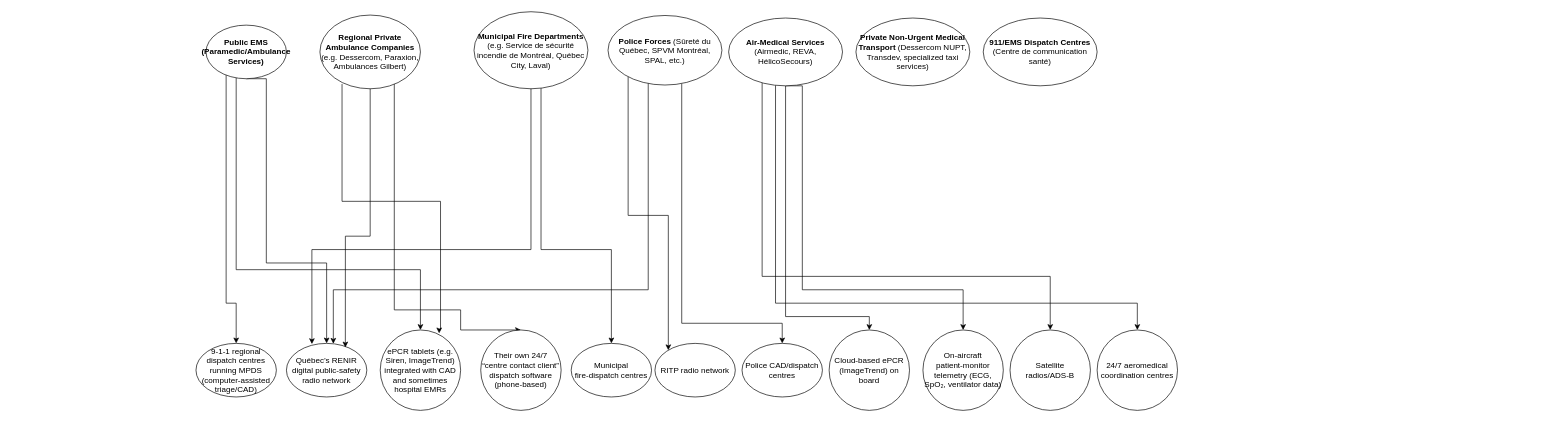
arian47/arianyavari.com keeps this draw.io diagram as Untitled Diagram.drawio. Above is the earlier version. Source tidied: cells renumbered, new cells numbered last; positions are measured from the earlier drawing's top-left corner, leaving out a move shared by most shapes. Both pictures are drawn from the tidied source at 67%, with x=0, y=0 at pixel (196, 11).
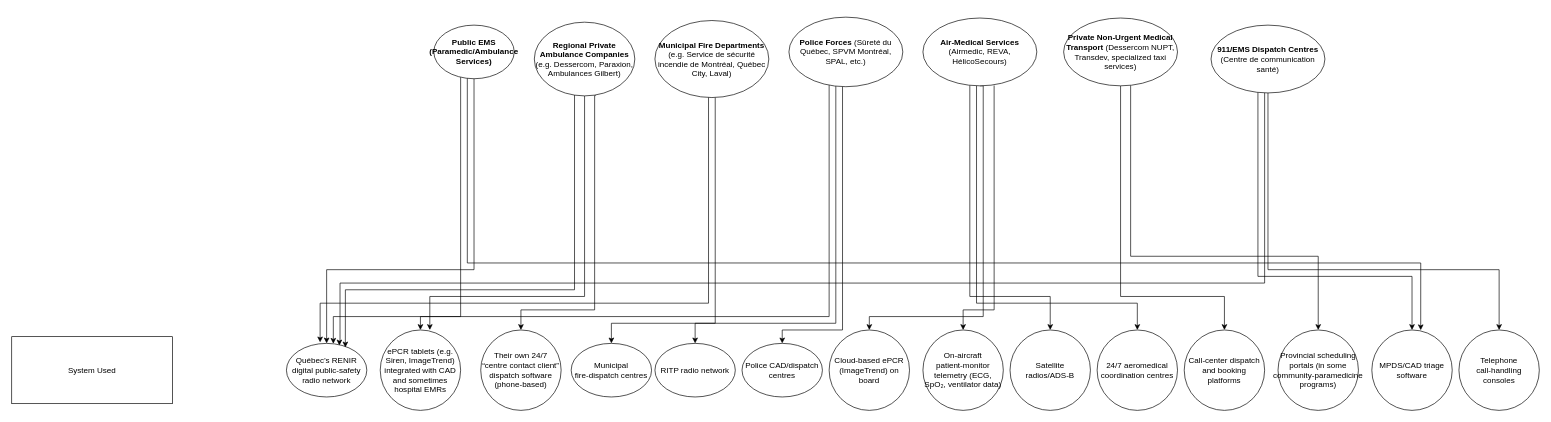
The same page after the edit.

The change refers to these unchanged cells:
```xml
<mxCell id="22" value="Québec’s RENIR digital public‑safety radio network" style="ellipse;whiteSpace=wrap;html=1;" parent="1" vertex="1">
  <mxGeometry x="135" y="495" width="120" height="80" as="geometry" />
</mxCell>
<mxCell id="23" value="ePCR tablets (e.g. Siren, ImageTrend) integrated with CAD and sometimes hospital EMRs" style="ellipse;whiteSpace=wrap;html=1;" parent="1" vertex="1">
  <mxGeometry x="275" y="475" width="120" height="120" as="geometry" />
</mxCell>
<mxCell id="24" value="Their own 24/7 “centre contact client” dispatch software (phone‑based)" style="ellipse;whiteSpace=wrap;html=1;" parent="1" vertex="1">
  <mxGeometry x="425" y="475" width="120" height="120" as="geometry" />
</mxCell>
<mxCell id="27" value="Municipal fire‑dispatch centres" style="ellipse;whiteSpace=wrap;html=1;" parent="1" vertex="1">
  <mxGeometry x="560" y="495" width="120" height="80" as="geometry" />
</mxCell>
<mxCell id="29" value="RITP radio network" style="ellipse;whiteSpace=wrap;html=1;" parent="1" vertex="1">
  <mxGeometry x="685" y="495" width="120" height="80" as="geometry" />
</mxCell>
<mxCell id="30" value="Police CAD/dispatch centres" style="ellipse;whiteSpace=wrap;html=1;" parent="1" vertex="1">
  <mxGeometry x="815" y="495" width="120" height="80" as="geometry" />
</mxCell>
<mxCell id="31" value="Cloud‑based ePCR (ImageTrend) on board" style="ellipse;whiteSpace=wrap;html=1;" parent="1" vertex="1">
  <mxGeometry x="945" y="475" width="120" height="120" as="geometry" />
</mxCell>
<mxCell id="32" value="On‑aircraft patient‑monitor telemetry (ECG, SpO₂, ventilator data)" style="ellipse;whiteSpace=wrap;html=1;" parent="1" vertex="1">
  <mxGeometry x="1085" y="475" width="120" height="120" as="geometry" />
</mxCell>
<mxCell id="33" value="Satellite radios/ADS‑B" style="ellipse;whiteSpace=wrap;html=1;" parent="1" vertex="1">
  <mxGeometry x="1215" y="475" width="120" height="120" as="geometry" />
</mxCell>
<mxCell id="34" value="24/7 aeromedical coordination centres" style="ellipse;whiteSpace=wrap;html=1;" parent="1" vertex="1">
  <mxGeometry x="1345" y="475" width="120" height="120" as="geometry" />
</mxCell>
```

The edit, as a diff of the source:
```diff
@@
-    <mxCell id="2" style="edgeStyle=orthogonalEdgeStyle;rounded=0;jettySize=auto;html=1;entryX=0.5;entryY=0;entryDx=0;entryDy=0;" parent="1" edge="1" source="5" target="21">
-      <mxGeometry relative="1" as="geometry">
-        <Array as="points">
-          <mxPoint x="45" y="435" />
-          <mxPoint x="60" y="435" />
-        </Array>
-      </mxGeometry>
-    </mxCell>
     <mxCell id="3" style="edgeStyle=orthogonalEdgeStyle;rounded=0;jettySize=auto;html=1;exitX=0.5;exitY=1;exitDx=0;exitDy=0;entryX=0.5;entryY=0;entryDx=0;entryDy=0;" parent="1" edge="1" source="5" target="22">
       <mxGeometry relative="1" as="geometry">
         <Array as="points">
-          <mxPoint x="105" y="100" />
-          <mxPoint x="105" y="375" />
-          <mxPoint x="195" y="375" />
+          <mxPoint x="415" y="385" />
+          <mxPoint x="195" y="385" />
         </Array>
       </mxGeometry>
     </mxCell>
     <mxCell id="4" style="edgeStyle=orthogonalEdgeStyle;rounded=0;jettySize=auto;html=1;" parent="1" edge="1" source="5" target="23">
       <mxGeometry relative="1" as="geometry">
         <Array as="points">
-          <mxPoint x="60" y="385" />
-          <mxPoint x="335" y="385" />
+          <mxPoint x="395" y="455" />
+          <mxPoint x="335" y="455" />
         </Array>
       </mxGeometry>
     </mxCell>
     <mxCell id="5" value="&lt;strong&gt;Public EMS (Paramedic/Ambulance Services)&lt;/strong&gt;" style="ellipse;whiteSpace=wrap;html=1;" parent="1" vertex="1">
-      <mxGeometry x="15" y="20" width="120" height="80" as="geometry" />
+      <mxGeometry x="355" y="20" width="120" height="80" as="geometry" />
     </mxCell>
-    <mxCell id="6" style="edgeStyle=orthogonalEdgeStyle;rounded=0;jettySize=auto;html=1;entryX=0.5;entryY=0;entryDx=0;entryDy=0;exitX=0.713;exitY=0.918;exitDx=0;exitDy=0;exitPerimeter=0;" parent="1" edge="1" source="8" target="24">
+    <mxCell id="6" style="edgeStyle=orthogonalEdgeStyle;rounded=0;jettySize=auto;html=1;entryX=0.5;entryY=0;entryDx=0;entryDy=0;exitX=0.61;exitY=0.996;exitDx=0;exitDy=0;exitPerimeter=0;" parent="1" edge="1" source="8" target="24">
       <mxGeometry relative="1" as="geometry">
         <Array as="points">
-          <mxPoint x="296" y="106" />
-          <mxPoint x="296" y="445" />
-          <mxPoint x="395" y="445" />
-          <mxPoint x="395" y="475" />
+          <mxPoint x="595" y="125" />
+          <mxPoint x="595" y="445" />
+          <mxPoint x="485" y="445" />
         </Array>
       </mxGeometry>
     </mxCell>
-    <mxCell id="7" style="edgeStyle=orthogonalEdgeStyle;rounded=0;jettySize=auto;html=1;entryX=0.733;entryY=0.042;entryDx=0;entryDy=0;exitX=0.22;exitY=0.936;exitDx=0;exitDy=0;exitPerimeter=0;entryPerimeter=0;" parent="1" edge="1" source="8" target="23">
+    <mxCell id="7" style="edgeStyle=orthogonalEdgeStyle;rounded=0;jettySize=auto;html=1;entryX=0.617;entryY=0;entryDx=0;entryDy=0;exitX=0.5;exitY=1;exitDx=0;exitDy=0;entryPerimeter=0;" parent="1" edge="1" source="8" target="23">
       <mxGeometry relative="1" as="geometry">
         <Array as="points">
-          <mxPoint x="218" y="283" />
-          <mxPoint x="365" y="283" />
-          <mxPoint x="365" y="475" />
-          <mxPoint x="363" y="475" />
+          <mxPoint x="580" y="425" />
+          <mxPoint x="349" y="425" />
         </Array>
       </mxGeometry>
     </mxCell>
     <mxCell id="8" value="&lt;strong&gt;Regional Private Ambulance Companies&lt;/strong&gt; (e.g. Dessercom, Paraxion, Ambulances Gilbert)" style="ellipse;whiteSpace=wrap;html=1;" parent="1" vertex="1">
-      <mxGeometry x="185" y="5" width="150" height="110" as="geometry" />
+      <mxGeometry x="505" y="15.6" width="150" height="110" as="geometry" />
     </mxCell>
     <mxCell id="9" style="edgeStyle=orthogonalEdgeStyle;rounded=0;jettySize=auto;html=1;entryX=0.5;entryY=0;entryDx=0;entryDy=0;" parent="1" edge="1" source="10" target="27">
       <mxGeometry relative="1" as="geometry">
         <Array as="points">
-          <mxPoint x="515" y="355" />
-          <mxPoint x="620" y="355" />
+          <mxPoint x="775" y="465" />
+          <mxPoint x="620" y="465" />
         </Array>
       </mxGeometry>
     </mxCell>
     <mxCell id="10" value="&lt;strong&gt;Municipal Fire Departments&lt;/strong&gt; (e.g. Service de sécurité incendie de Montréal, Québec City, Laval)" style="ellipse;whiteSpace=wrap;html=1;" parent="1" vertex="1">
-      <mxGeometry x="415" width="170" height="115" as="geometry" />
+      <mxGeometry x="685" y="13.1" width="170" height="115" as="geometry" />
     </mxCell>
     <mxCell id="11" style="edgeStyle=orthogonalEdgeStyle;rounded=0;jettySize=auto;html=1;" parent="1" edge="1" source="13" target="29">
       <mxGeometry relative="1" as="geometry">
         <Array as="points">
-          <mxPoint x="645" y="304" />
-          <mxPoint x="705" y="304" />
+          <mxPoint x="955" y="465" />
+          <mxPoint x="745" y="465" />
         </Array>
       </mxGeometry>
     </mxCell>
     <mxCell id="12" style="edgeStyle=orthogonalEdgeStyle;rounded=0;jettySize=auto;html=1;entryX=0.5;entryY=0;entryDx=0;entryDy=0;" parent="1" edge="1" source="13" target="30">
       <mxGeometry relative="1" as="geometry">
         <Array as="points">
-          <mxPoint x="725" y="465" />
-          <mxPoint x="875" y="465" />
+          <mxPoint x="965" y="475" />
+          <mxPoint x="875" y="475" />
         </Array>
       </mxGeometry>
     </mxCell>
     <mxCell id="13" value="&lt;strong&gt;Police Forces&lt;/strong&gt; (Sûreté du Québec, SPVM Montréal, SPAL, etc.)" style="ellipse;whiteSpace=wrap;html=1;" parent="1" vertex="1">
-      <mxGeometry x="615" y="5.6" width="170" height="103.8" as="geometry" />
+      <mxGeometry x="885" y="8.1" width="170" height="103.8" as="geometry" />
     </mxCell>
     <mxCell id="14" style="edgeStyle=orthogonalEdgeStyle;rounded=0;jettySize=auto;html=1;exitX=0.5;exitY=1;exitDx=0;exitDy=0;entryX=0.5;entryY=0;entryDx=0;entryDy=0;" parent="1" edge="1" source="18" target="31">
       <mxGeometry relative="1" as="geometry">
         <Array as="points">
-          <mxPoint x="880" y="455" />
+          <mxPoint x="1175" y="111" />
+          <mxPoint x="1175" y="455" />
           <mxPoint x="1005" y="455" />
         </Array>
       </mxGeometry>
     </mxCell>
-    <mxCell id="15" style="edgeStyle=orthogonalEdgeStyle;rounded=0;jettySize=auto;html=1;exitX=0.5;exitY=1;exitDx=0;exitDy=0;entryX=0.5;entryY=0;entryDx=0;entryDy=0;" parent="1" edge="1" source="18" target="32">
+    <mxCell id="15" style="edgeStyle=orthogonalEdgeStyle;rounded=0;jettySize=auto;html=1;exitX=0.625;exitY=0.995;exitDx=0;exitDy=0;entryX=0.5;entryY=0;entryDx=0;entryDy=0;exitPerimeter=0;" parent="1" edge="1" source="18" target="32">
       <mxGeometry relative="1" as="geometry">
         <Array as="points">
-          <mxPoint x="905" y="111" />
-          <mxPoint x="905" y="415" />
-          <mxPoint x="1145" y="415" />
+          <mxPoint x="1191" y="445" />
+          <mxPoint x="1145" y="445" />
         </Array>
       </mxGeometry>
     </mxCell>
     <mxCell id="16" style="edgeStyle=orthogonalEdgeStyle;rounded=0;jettySize=auto;html=1;entryX=0.5;entryY=0;entryDx=0;entryDy=0;" parent="1" edge="1" source="18" target="33">
       <mxGeometry relative="1" as="geometry">
         <Array as="points">
-          <mxPoint x="845" y="395" />
-          <mxPoint x="1275" y="395" />
+          <mxPoint x="1155" y="425" />
+          <mxPoint x="1275" y="425" />
         </Array>
       </mxGeometry>
     </mxCell>
     <mxCell id="17" style="edgeStyle=orthogonalEdgeStyle;rounded=0;jettySize=auto;html=1;entryX=0.5;entryY=0;entryDx=0;entryDy=0;" parent="1" edge="1" source="18" target="34">
       <mxGeometry relative="1" as="geometry">
         <Array as="points">
-          <mxPoint x="865" y="435" />
+          <mxPoint x="1165" y="435" />
           <mxPoint x="1405" y="435" />
         </Array>
       </mxGeometry>
     </mxCell>
     <mxCell id="18" value="&lt;strong&gt;Air‑Medical Services&lt;/strong&gt; (Airmedic, REVA, HélicoSecours)" style="ellipse;whiteSpace=wrap;html=1;" parent="1" vertex="1">
-      <mxGeometry x="795" y="9.4" width="170" height="101.2" as="geometry" />
+      <mxGeometry x="1085" y="9.4" width="170" height="101.2" as="geometry" />
     </mxCell>
+    <mxCell id="35" style="edgeStyle=orthogonalEdgeStyle;rounded=0;jettySize=auto;html=1;exitX=0.5;exitY=1;exitDx=0;exitDy=0;entryX=0.5;entryY=0;entryDx=0;entryDy=0;" parent="1" edge="1" source="19" target="40">
+      <mxGeometry relative="1" as="geometry">
+        <Array as="points">
+          <mxPoint x="1380" y="425" />
+          <mxPoint x="1535" y="425" />
+        </Array>
+      </mxGeometry>
+    </mxCell>
+    <mxCell id="36" style="edgeStyle=orthogonalEdgeStyle;rounded=0;jettySize=auto;html=1;entryX=0.5;entryY=0;entryDx=0;entryDy=0;" parent="1" edge="1" source="19" target="41">
+      <mxGeometry relative="1" as="geometry">
+        <Array as="points">
+          <mxPoint x="1395" y="365" />
+          <mxPoint x="1675" y="365" />
+        </Array>
+      </mxGeometry>
+    </mxCell>
     <mxCell id="19" value="&lt;strong&gt;Private Non‑Urgent Medical Transport&lt;/strong&gt; (Dessercom NUPT, Transdev, specialized taxi services)" style="ellipse;whiteSpace=wrap;html=1;" parent="1" vertex="1">
-      <mxGeometry x="985" y="9.4" width="170" height="101.2" as="geometry" />
+      <mxGeometry x="1295" y="9.4" width="170" height="101.2" as="geometry" />
     </mxCell>
+    <mxCell id="37" style="edgeStyle=orthogonalEdgeStyle;rounded=0;jettySize=auto;html=1;entryX=0.5;entryY=0;entryDx=0;entryDy=0;" parent="1" edge="1" source="20" target="42">
+      <mxGeometry relative="1" as="geometry">
+        <Array as="points">
+          <mxPoint x="1585" y="395" />
+          <mxPoint x="1815" y="395" />
+        </Array>
+      </mxGeometry>
+    </mxCell>
+    <mxCell id="38" style="edgeStyle=orthogonalEdgeStyle;rounded=0;jettySize=auto;html=1;entryX=0.658;entryY=0.038;entryDx=0;entryDy=0;entryPerimeter=0;" parent="1" edge="1" source="20" target="22">
+      <mxGeometry relative="1" as="geometry">
+        <Array as="points">
+          <mxPoint x="1595" y="405" />
+          <mxPoint x="215" y="405" />
+          <mxPoint x="215" y="495" />
+          <mxPoint x="214" y="495" />
+        </Array>
+      </mxGeometry>
+    </mxCell>
+    <mxCell id="39" style="edgeStyle=orthogonalEdgeStyle;rounded=0;jettySize=auto;html=1;entryX=0.5;entryY=0;entryDx=0;entryDy=0;" parent="1" edge="1" source="20" target="43">
+      <mxGeometry relative="1" as="geometry">
+        <Array as="points">
+          <mxPoint x="1600" y="385" />
+          <mxPoint x="1945" y="385" />
+        </Array>
+      </mxGeometry>
+    </mxCell>
     <mxCell id="20" value="&lt;strong&gt;911/EMS Dispatch Centres&lt;/strong&gt; (Centre de communication santé)" style="ellipse;whiteSpace=wrap;html=1;" parent="1" vertex="1">
-      <mxGeometry x="1175" y="9.4" width="170" height="101.2" as="geometry" />
+      <mxGeometry x="1515" y="20" width="170" height="101.2" as="geometry" />
     </mxCell>
-    <mxCell id="21" value="9‑1‑1 regional dispatch centres running MPDS (computer‑assisted triage/CAD)" style="ellipse;whiteSpace=wrap;html=1;" parent="1" vertex="1">
-      <mxGeometry y="495" width="120" height="80" as="geometry" />
-    </mxCell>
@@
     <mxCell id="25" style="edgeStyle=orthogonalEdgeStyle;rounded=0;jettySize=auto;html=1;entryX=0.733;entryY=0.075;entryDx=0;entryDy=0;entryPerimeter=0;" parent="1" edge="1" source="8" target="22">
       <mxGeometry relative="1" as="geometry">
         <Array as="points">
-          <mxPoint x="260" y="335" />
-          <mxPoint x="223" y="335" />
+          <mxPoint x="565" y="415" />
+          <mxPoint x="223" y="415" />
         </Array>
       </mxGeometry>
     </mxCell>
-    <mxCell id="26" style="edgeStyle=orthogonalEdgeStyle;rounded=0;jettySize=auto;html=1;entryX=0.317;entryY=0.013;entryDx=0;entryDy=0;entryPerimeter=0;" parent="1" edge="1" source="10" target="22">
+    <mxCell id="26" style="edgeStyle=orthogonalEdgeStyle;rounded=0;jettySize=auto;html=1;entryX=0.419;entryY=-0.019;entryDx=0;entryDy=0;entryPerimeter=0;" parent="1" edge="1" source="10" target="22">
       <mxGeometry relative="1" as="geometry">
         <Array as="points">
-          <mxPoint x="500" y="355" />
-          <mxPoint x="173" y="355" />
+          <mxPoint x="765" y="435" />
+          <mxPoint x="185" y="435" />
         </Array>
       </mxGeometry>
     </mxCell>
@@
     <mxCell id="28" style="edgeStyle=orthogonalEdgeStyle;rounded=0;jettySize=auto;html=1;" parent="1" edge="1" source="13" target="22">
       <mxGeometry relative="1" as="geometry">
         <Array as="points">
-          <mxPoint x="675" y="415" />
-          <mxPoint x="205" y="415" />
+          <mxPoint x="945" y="455" />
+          <mxPoint x="205" y="455" />
         </Array>
       </mxGeometry>
     </mxCell>
@@
+    <mxCell id="40" value="Call‑center dispatch and booking platforms" style="ellipse;whiteSpace=wrap;html=1;" parent="1" vertex="1">
+      <mxGeometry x="1475" y="475" width="120" height="120" as="geometry" />
+    </mxCell>
+    <mxCell id="41" value="Provincial scheduling portals (in some community‑paramedicine programs)" style="ellipse;whiteSpace=wrap;html=1;" parent="1" vertex="1">
+      <mxGeometry x="1615" y="475" width="120" height="120" as="geometry" />
+    </mxCell>
+    <mxCell id="42" value="MPDS/CAD triage software" style="ellipse;whiteSpace=wrap;html=1;" parent="1" vertex="1">
+      <mxGeometry x="1755" y="475" width="120" height="120" as="geometry" />
+    </mxCell>
+    <mxCell id="43" value="Telephone call‑handling consoles" style="ellipse;whiteSpace=wrap;html=1;" parent="1" vertex="1">
+      <mxGeometry x="1885" y="475" width="120" height="120" as="geometry" />
+    </mxCell>
+    <mxCell id="44" value="System Used" style="rounded=0;whiteSpace=wrap;html=1;" parent="1" vertex="1">
+      <mxGeometry x="-275" y="485" width="240" height="100" as="geometry" />
+    </mxCell>
+    <mxCell id="45" style="edgeStyle=orthogonalEdgeStyle;rounded=0;jettySize=auto;html=1;entryX=0.608;entryY=0.003;entryDx=0;entryDy=0;entryPerimeter=0;" parent="1" edge="1" source="5" target="42">
+      <mxGeometry relative="1" as="geometry">
+        <Array as="points">
+          <mxPoint x="405" y="375" />
+          <mxPoint x="1828" y="375" />
+        </Array>
+      </mxGeometry>
+    </mxCell>
```
